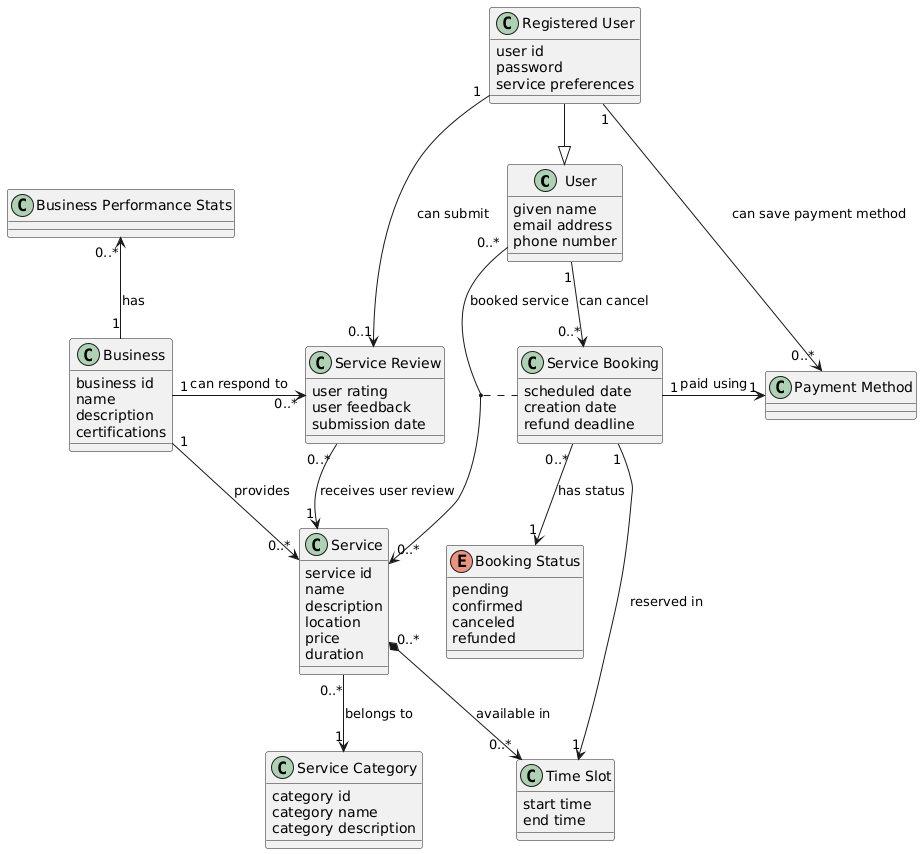
Above: uml/uml-class-diagram.png in JuhTyg010/Vellure-NSWI041 (PlantUML), before the change.
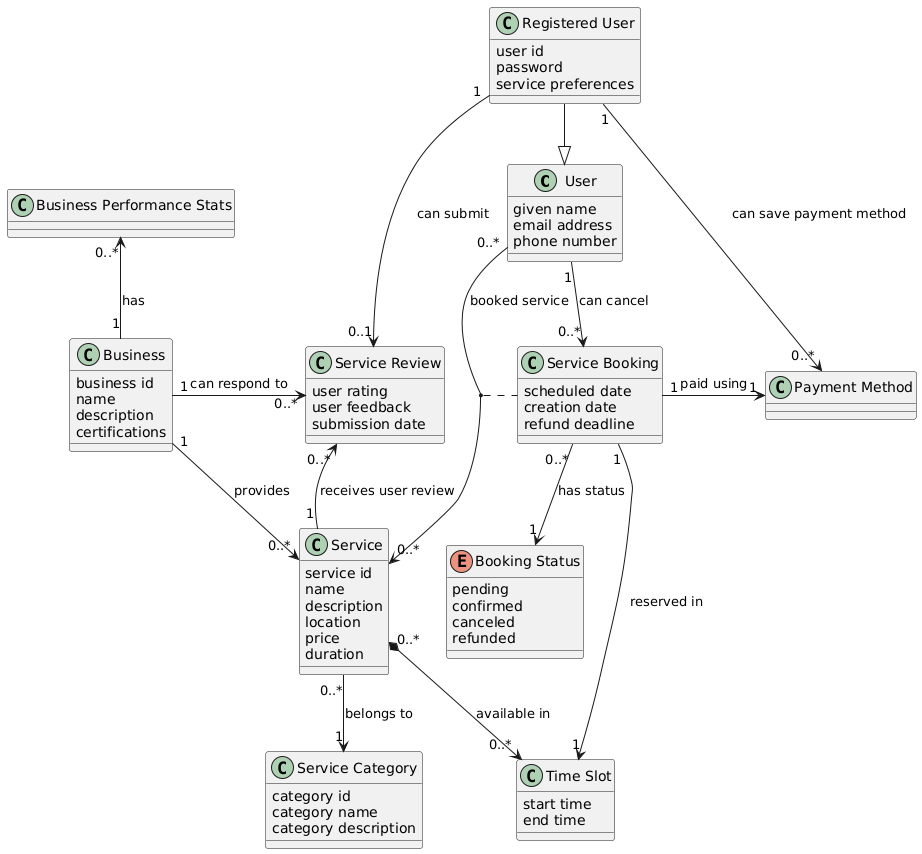
The same diagram one commit later.

Commit message:
Fixed incorrectly pointing arrow (Service -> ServiceReview)

Change to the diagram source:
```diff
@@ -70,7 +70,7 @@
 ServiceBooking  "0..*" --> "1" BookingStatus : has status
 RegisteredUser "1" -r-> "0..*" PaymentMethod : can save payment method
 RegisteredUser "1" --> "0..1" ServiceReview : can submit
-Service "1" <-u- "0..*" ServiceReview : receives user review
+Service "1" -u-> "0..*" ServiceReview : receives user review
 Service "0..*" --> "1" ServiceCategory : belongs to
 Business "1" -u-> "0..*" BusinessPerformanceStats : has
 Business "1" -r-> "0..*" ServiceReview : can respond to
```
